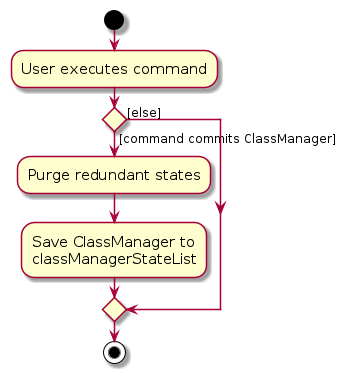
This is diagrams/CommitActivityDiagram.png from AY2324S1-CS2103T-T11-1/tp, a PlantUML export, as it was before one commit. Its source is kept beside it as diagrams/CommitActivityDiagram.puml.
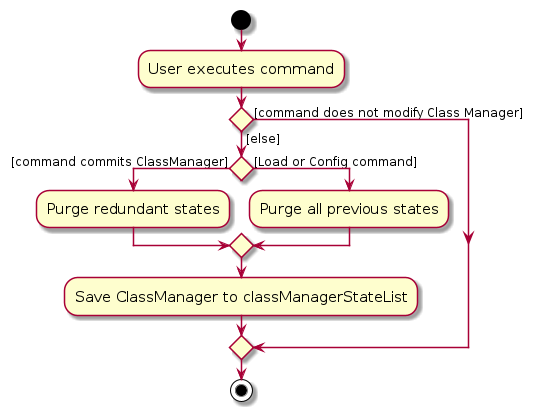
After the commit.

The edit, as a diff of the source:
```diff
@@ -6,11 +6,14 @@
 :User executes command;
 
 
-if () then ([command commits ClassManager])
-    :Purge redundant states;
-    :Save ClassManager to
-    classManagerStateList;
-else ([else])
-endif
+if () then ([command does not modify Class Manager])
+    else ([else])
+    if () then ([command commits ClassManager])
+        :Purge redundant states;
+    else ([Load or Config command])
+        :Purge all previous states;
+    end if;
+    :Save ClassManager to classManagerStateList;
+end if;
 stop
 @enduml
```
